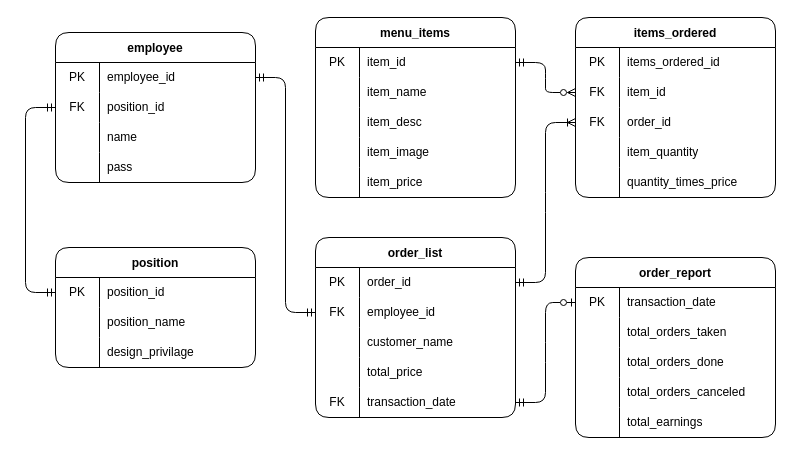
Earlier version of the draw.io diagram DOCS/Diagrams/ERD Diagram.drawio (alexxGmZ/MenuMaApp). Source tidied: cells renumbered, new cells numbered last; positions are measured from the earlier drawing's top-left corner, leaving out a move shared by most shapes. Both pictures are drawn from the tidied source at 100%, with x=0, y=0 at pixel (25, 17).
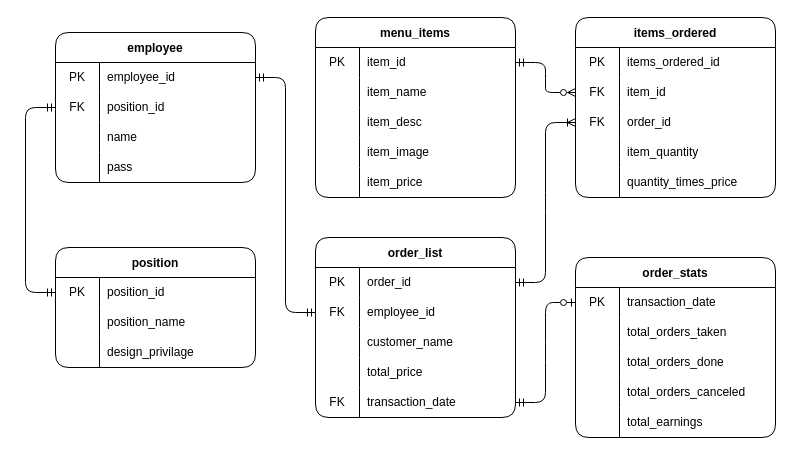
The same diagram, later.

Commit message:
diagram(erd): change order_report to order_stats

Change to the diagram source:
```diff
@@
-    <mxCell id="77" value="order_report" style="shape=table;startSize=30;childLayout=tableLayout;rowLines=0;fontStyle=1;rounded=1;" parent="1" vertex="1">
+    <mxCell id="77" value="order_stats" style="shape=table;startSize=30;childLayout=tableLayout;rowLines=0;fontStyle=1;rounded=1;" parent="1" vertex="1">
       <mxGeometry x="550" y="240" width="200" height="180" as="geometry" />
     </mxCell>
```
